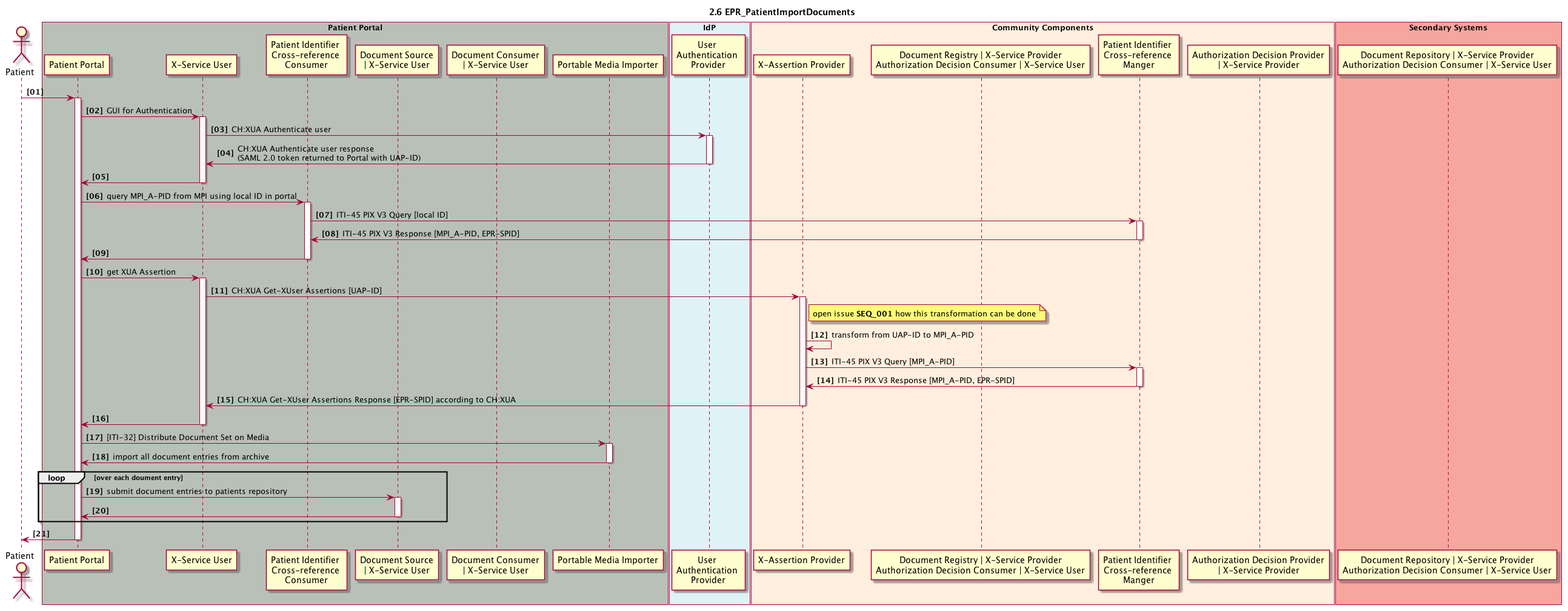
ahdis/ch-epr-seqdiag keeps this PlantUML diagram as 2_06_EPR_PatientImportDocuments.plantuml.png. Above is the earlier version.
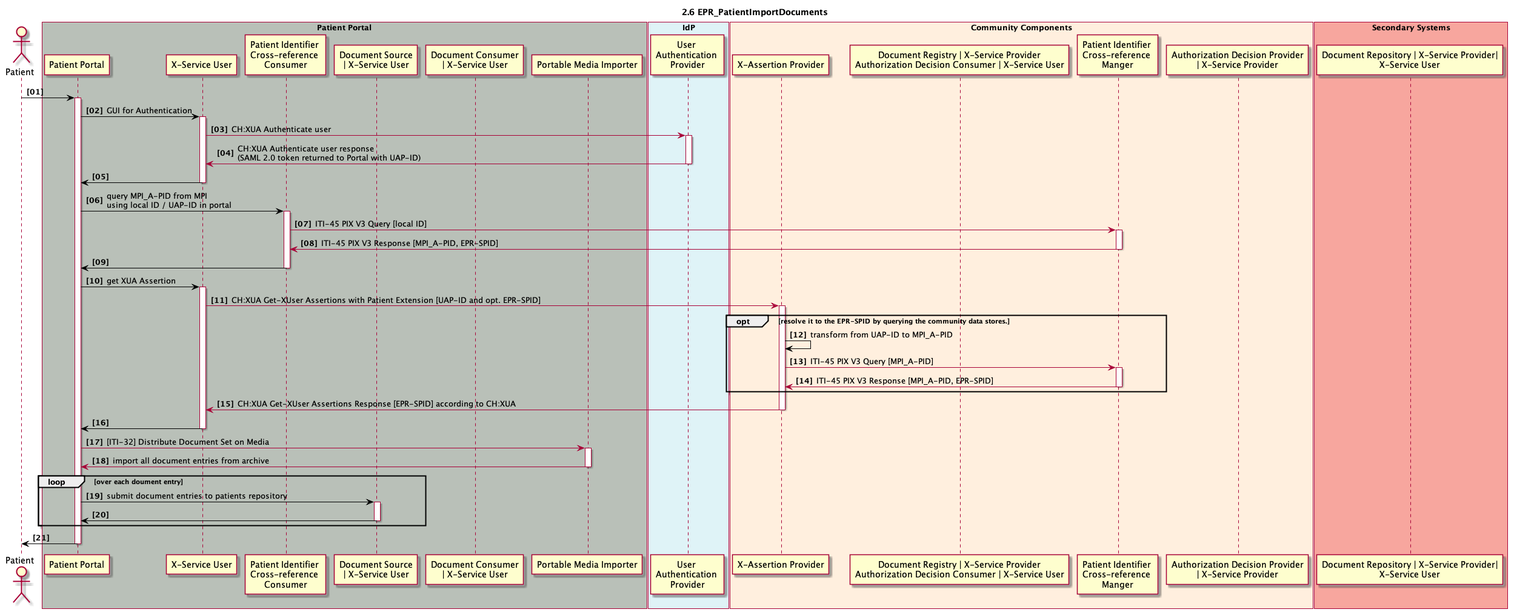
After the commit.

Diff of the diagram source:
```diff
@@ -26,43 +26,44 @@
 end box
 
 box "Secondary Systems" #F7A69E
-	participant ss_doc_repository as "Document Repository | X-Service Provider\nAuthorization Decision Consumer | X-Service User"
+	participant ss_doc_repository as "Document Repository | X-Service Provider|\nX-Service User"
 end box
 
-patient -> pp_gui
+patient -[#black]> pp_gui
 activate pp_gui
 
-pp_gui -> pp_x_service_user : GUI for Authentication
+pp_gui -[#black]> pp_x_service_user : GUI for Authentication
 activate pp_x_service_user
 pp_x_service_user -> idp_user_authentication_provider : CH:XUA Authenticate user
 activate idp_user_authentication_provider
 pp_x_service_user <- idp_user_authentication_provider : CH:XUA Authenticate user response \n(SAML 2.0 token returned to Portal with UAP-ID)
 deactivate idp_user_authentication_provider
-pp_gui <- pp_x_service_user
+pp_gui <[#black]- pp_x_service_user
 deactivate pp_x_service_user
 
-pp_gui -> pp_pix_x_ref_consumer: query MPI_A-PID from MPI using local ID in portal
+pp_gui -[#black]> pp_pix_x_ref_consumer: query MPI_A-PID from MPI\nusing local ID / UAP-ID in portal
 activate pp_pix_x_ref_consumer
 pp_pix_x_ref_consumer -> cc_mpi_x_ref_manager: ITI-45 PIX V3 Query [local ID]
 activate cc_mpi_x_ref_manager
 pp_pix_x_ref_consumer <- cc_mpi_x_ref_manager: ITI-45 PIX V3 Response [MPI_A-PID, EPR-SPID]
 deactivate cc_mpi_x_ref_manager
-pp_gui <- pp_pix_x_ref_consumer
+pp_gui <[#black]- pp_pix_x_ref_consumer
 deactivate pp_pix_x_ref_consumer
 
-pp_gui -> pp_x_service_user : get XUA Assertion
+pp_gui -[#black]> pp_x_service_user : get XUA Assertion
 activate pp_x_service_user
-pp_x_service_user -> cc_x_assertion_provider: CH:XUA Get-XUser Assertions [UAP-ID]
+pp_x_service_user -> cc_x_assertion_provider: CH:XUA Get-XUser Assertions with Patient Extension [UAP-ID and opt. EPR-SPID]
 activate cc_x_assertion_provider
-note right cc_x_assertion_provider: open issue <b>SEQ_001</b> how this transformation can be done
-cc_x_assertion_provider -> cc_x_assertion_provider: transform from UAP-ID to MPI_A-PID
+opt resolve it to the EPR-SPID by querying the community data stores.
+cc_x_assertion_provider -[#black]> cc_x_assertion_provider: transform from UAP-ID to MPI_A-PID
 cc_x_assertion_provider -> cc_mpi_x_ref_manager: ITI-45 PIX V3 Query [MPI_A-PID]
 activate cc_mpi_x_ref_manager
 cc_x_assertion_provider <- cc_mpi_x_ref_manager: ITI-45 PIX V3 Response [MPI_A-PID, EPR-SPID]
 deactivate cc_mpi_x_ref_manager
+end
 pp_x_service_user <- cc_x_assertion_provider: CH:XUA Get-XUser Assertions Response [EPR-SPID] according to CH:XUA
 deactivate cc_x_assertion_provider
-pp_gui <- pp_x_service_user
+pp_gui <[#black]- pp_x_service_user
 deactivate pp_x_service_user
 
 pp_gui -> pp_pmi: [ITI-32] Distribute Document Set on Media
@@ -72,13 +73,13 @@
 
 loop over each doument entry
 
-pp_gui -> pp_doc_source: submit document entries to patients repository
+pp_gui -[#black]> pp_doc_source: submit document entries to patients repository
 activate pp_doc_source
-pp_gui <- pp_doc_source
+pp_gui <[#black]- pp_doc_source
 deactivate pp_doc_source
 end
 
-patient <- pp_gui
+patient <[#black]- pp_gui
 deactivate pp_gui
 
 @enduml
```
